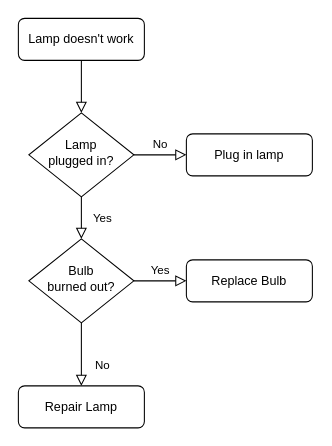
This is Untitled Diagram.drawio from Leonhaiwang/supermall, a draw.io file, before an edit. Source tidied: cells renumbered, new cells numbered last; positions are measured from the earlier drawing's top-left corner, leaving out a move shared by most shapes. Both pictures are drawn from the tidied source at 105%, with x=0, y=0 at pixel (18, 18).
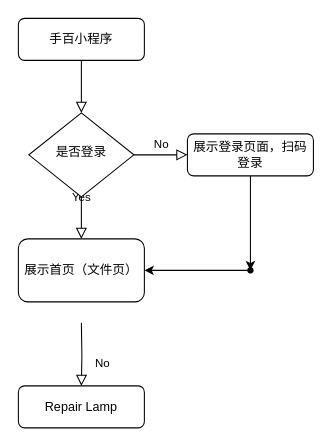
Above is the later version.

Change to the diagram source:
```diff
@@
 <mxGraphModel>
   <root>
     <mxCell id="0" />
     <mxCell id="1" parent="0" />
     <mxCell id="2" style="rounded=0;html=1;jettySize=auto;fontSize=11;endArrow=block;endFill=0;endSize=8;strokeWidth=1;shadow=0;labelBackgroundColor=none;edgeStyle=orthogonalEdgeStyle;" parent="1" edge="1" source="3" target="6">
       <mxGeometry relative="1" as="geometry" />
     </mxCell>
-    <mxCell id="3" value="Lamp doesn't work" style="rounded=1;whiteSpace=wrap;html=1;fontSize=12;glass=0;strokeWidth=1;shadow=0;" parent="1" vertex="1">
+    <mxCell id="3" value="手百小程序" style="rounded=1;whiteSpace=wrap;html=1;fontSize=12;glass=0;strokeWidth=1;shadow=0;" parent="1" vertex="1">
       <mxGeometry width="120" height="40" as="geometry" />
     </mxCell>
-    <mxCell id="4" value="Yes" style="rounded=0;html=1;jettySize=auto;fontSize=11;endArrow=block;endFill=0;endSize=8;strokeWidth=1;shadow=0;labelBackgroundColor=none;edgeStyle=orthogonalEdgeStyle;" parent="1" edge="1" source="6" target="10">
-      <mxGeometry y="20" relative="1" as="geometry" />
+    <mxCell id="4" value="Yes" style="rounded=0;html=1;jettySize=auto;fontSize=11;endArrow=block;endFill=0;endSize=8;strokeWidth=1;shadow=0;labelBackgroundColor=none;edgeStyle=orthogonalEdgeStyle;" parent="1" edge="1" source="6">
+      <mxGeometry y="20" relative="1" as="geometry">
+        <mxPoint x="60" y="210" as="targetPoint" />
+      </mxGeometry>
     </mxCell>
     <mxCell id="5" value="No" style="edgeStyle=orthogonalEdgeStyle;rounded=0;html=1;jettySize=auto;fontSize=11;endArrow=block;endFill=0;endSize=8;strokeWidth=1;shadow=0;labelBackgroundColor=none;" parent="1" edge="1" source="6" target="7">
       <mxGeometry y="10" relative="1" as="geometry" />
     </mxCell>
-    <mxCell id="6" value="Lamp&lt;br&gt;plugged in?" style="rhombus;whiteSpace=wrap;html=1;shadow=0;fontFamily=Helvetica;fontSize=12;align=center;strokeWidth=1;spacing=6;spacingTop=-4;" parent="1" vertex="1">
+    <mxCell id="6" value="是否登录" style="rhombus;whiteSpace=wrap;html=1;shadow=0;fontFamily=Helvetica;fontSize=12;align=center;strokeWidth=1;spacing=6;spacingTop=-4;" parent="1" vertex="1">
       <mxGeometry x="10" y="90" width="100" height="80" as="geometry" />
     </mxCell>
+    <mxCell id="13" style="edgeStyle=orthogonalEdgeStyle;rounded=0;jettySize=auto;html=1;" parent="1" edge="1" source="7" target="16">
+      <mxGeometry relative="1" as="geometry" />
+    </mxCell>
-    <mxCell id="7" value="Plug in lamp" style="rounded=1;whiteSpace=wrap;html=1;fontSize=12;glass=0;strokeWidth=1;shadow=0;" parent="1" vertex="1">
-      <mxGeometry x="160" y="110" width="120" height="40" as="geometry" />
+    <mxCell id="7" value="展示登录页面，扫码登录" style="rounded=1;whiteSpace=wrap;html=1;fontSize=12;glass=0;strokeWidth=1;shadow=0;" parent="1" vertex="1">
+      <mxGeometry x="161" y="110" width="120" height="40" as="geometry" />
     </mxCell>
-    <mxCell id="8" value="No" style="rounded=0;html=1;jettySize=auto;fontSize=11;endArrow=block;endFill=0;endSize=8;strokeWidth=1;shadow=0;labelBackgroundColor=none;edgeStyle=orthogonalEdgeStyle;" parent="1" edge="1" source="10" target="11">
-      <mxGeometry x="0.33" y="20" relative="1" as="geometry" />
+    <mxCell id="8" value="No" style="rounded=0;html=1;jettySize=auto;fontSize=11;endArrow=block;endFill=0;endSize=8;strokeWidth=1;shadow=0;labelBackgroundColor=none;edgeStyle=orthogonalEdgeStyle;" parent="1" edge="1" target="11">
+      <mxGeometry x="0.33" y="20" relative="1" as="geometry">
+        <mxPoint x="60" y="290" as="sourcePoint" />
+      </mxGeometry>
     </mxCell>
-    <mxCell id="9" value="Yes" style="edgeStyle=orthogonalEdgeStyle;rounded=0;html=1;jettySize=auto;fontSize=11;endArrow=block;endFill=0;endSize=8;strokeWidth=1;shadow=0;labelBackgroundColor=none;" parent="1" edge="1" source="10" target="12">
-      <mxGeometry y="10" relative="1" as="geometry" />
-    </mxCell>
-    <mxCell id="10" value="Bulb&lt;br&gt;burned out?" style="rhombus;whiteSpace=wrap;html=1;shadow=0;fontFamily=Helvetica;fontSize=12;align=center;strokeWidth=1;spacing=6;spacingTop=-4;" parent="1" vertex="1">
-      <mxGeometry x="10" y="210" width="100" height="80" as="geometry" />
-    </mxCell>
     <mxCell id="11" value="Repair Lamp" style="rounded=1;whiteSpace=wrap;html=1;fontSize=12;glass=0;strokeWidth=1;shadow=0;" parent="1" vertex="1">
       <mxGeometry y="350" width="120" height="40" as="geometry" />
     </mxCell>
-    <mxCell id="12" value="Replace Bulb" style="rounded=1;whiteSpace=wrap;html=1;fontSize=12;glass=0;strokeWidth=1;shadow=0;" parent="1" vertex="1">
-      <mxGeometry x="160" y="230" width="120" height="40" as="geometry" />
-    </mxCell>
+    <mxCell id="14" value="展示首页（文件页）" style="rounded=1;whiteSpace=wrap;html=1;" parent="1" vertex="1">
+      <mxGeometry y="210" width="120" height="60" as="geometry" />
+    </mxCell>
+    <mxCell id="15" style="edgeStyle=orthogonalEdgeStyle;rounded=0;jettySize=auto;html=1;" parent="1" edge="1" source="16" target="14">
+      <mxGeometry relative="1" as="geometry" />
+    </mxCell>
+    <mxCell id="16" style="shape=waypoint;sketch=0;size=6;points=[];fillColor=default;perimeter=centerPerimeter;snapToPoint=1;rounded=1;glass=0;strokeWidth=1;shadow=0;" parent="1" vertex="1">
+      <mxGeometry x="201" y="220" width="40" height="40" as="geometry" />
+    </mxCell>
   </root>
 </mxGraphModel>
```
